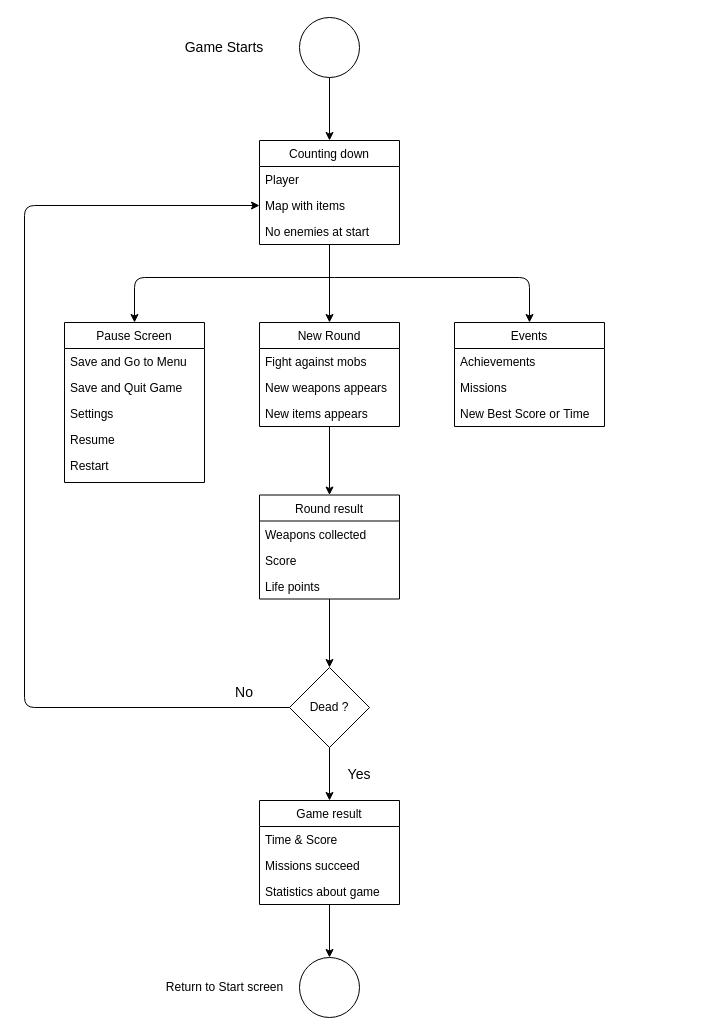
Earlier version of the draw.io diagram GameRunning.drawio (RomainGsd/Binus-GameDesign). Source tidied: cells renumbered, new cells numbered last; positions are measured from the earlier drawing's top-left corner, leaving out a move shared by most shapes. Both pictures are drawn from the tidied source at 100%, with x=0, y=0 at pixel (24, 17).
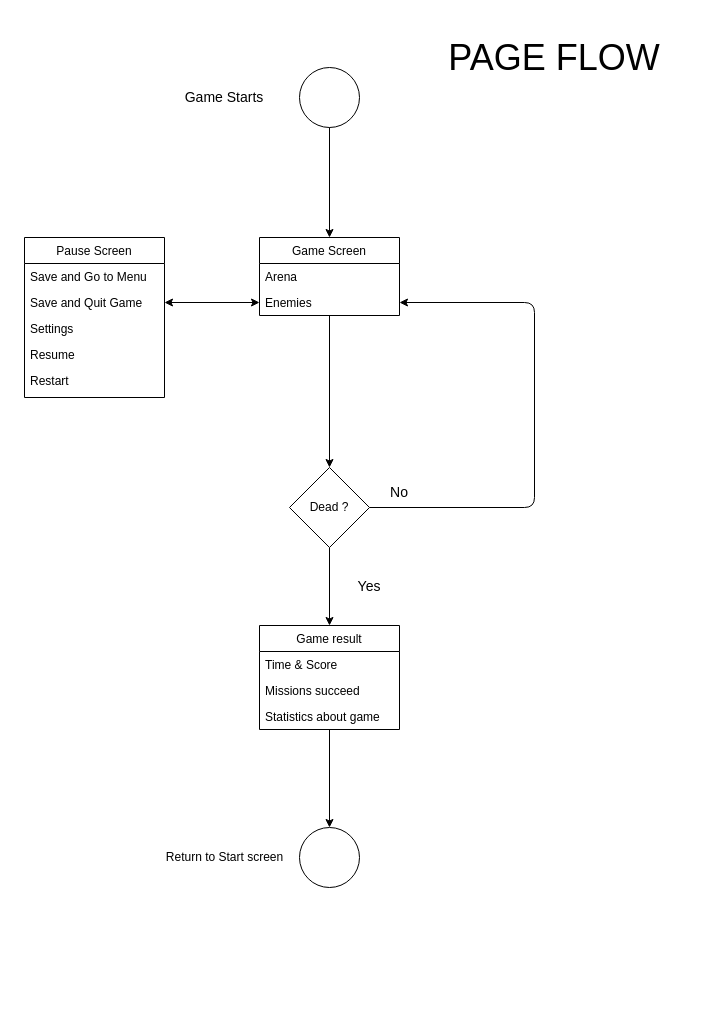
The same diagram, later.

Unchanged cells that the change refers to:
```xml
<mxCell id="38" value="Save and Quit Game" style="text;strokeColor=none;fillColor=none;align=left;verticalAlign=top;spacingLeft=4;spacingRight=4;overflow=hidden;points=[[0,0.5],[1,0.5]];portConstraint=eastwest;" parent="36" vertex="1">
  <mxGeometry y="52" width="140" height="26" as="geometry" />
</mxCell>
```

The edit, as a diff of the source:
```diff
@@
     <mxCell id="2" style="ellipse;whiteSpace=wrap;html=1;" parent="1" vertex="1">
-      <mxGeometry x="275" width="60" height="60" as="geometry" />
+      <mxGeometry x="275" y="50" width="60" height="60" as="geometry" />
     </mxCell>
     <mxCell id="3" value="&lt;font style=&quot;font-size: 14px&quot;&gt;Game Starts&lt;/font&gt;" style="text;html=1;strokeColor=none;fillColor=none;align=center;verticalAlign=middle;whiteSpace=wrap;rounded=0;" parent="1" vertex="1">
-      <mxGeometry x="150" y="15" width="100" height="30" as="geometry" />
+      <mxGeometry x="150" y="65" width="100" height="30" as="geometry" />
     </mxCell>
-    <mxCell id="4" value="Counting down" style="swimlane;fontStyle=0;horizontal=1;startSize=26;fillColor=none;" parent="1" vertex="1">
-      <mxGeometry x="235" y="123" width="140" height="104" as="geometry" />
-    </mxCell>
-    <mxCell id="5" value="Player" style="text;strokeColor=none;fillColor=none;align=left;verticalAlign=top;spacingLeft=4;spacingRight=4;overflow=hidden;" parent="4" vertex="1">
-      <mxGeometry y="26" width="140" height="26" as="geometry" />
-    </mxCell>
-    <mxCell id="6" value="Map with items" style="text;strokeColor=none;fillColor=none;align=left;verticalAlign=top;spacingLeft=4;spacingRight=4;overflow=hidden;points=[[0,0.5],[1,0.5]];portConstraint=eastwest;" parent="4" vertex="1">
-      <mxGeometry y="52" width="140" height="26" as="geometry" />
-    </mxCell>
-    <mxCell id="7" value="No enemies at start" style="text;strokeColor=none;fillColor=none;align=left;verticalAlign=top;spacingLeft=4;spacingRight=4;overflow=hidden;" parent="4" vertex="1">
-      <mxGeometry y="78" width="140" height="26" as="geometry" />
-    </mxCell>
-    <mxCell id="8" style="endArrow=classic;html=1;exitX=0.5;exitY=1;exitDx=0;exitDy=0;entryX=0.5;entryY=0;entryDx=0;entryDy=0;" parent="1" edge="1" source="2" target="4">
-      <mxGeometry relative="1" as="geometry" />
-    </mxCell>
-    <mxCell id="9" value="New Round" style="swimlane;fontStyle=0;horizontal=1;startSize=26;fillColor=none;" parent="1" vertex="1">
-      <mxGeometry x="235" y="305" width="140" height="104" as="geometry" />
-    </mxCell>
-    <mxCell id="10" value="Fight against mobs" style="text;strokeColor=none;fillColor=none;align=left;verticalAlign=top;spacingLeft=4;spacingRight=4;overflow=hidden;" parent="9" vertex="1">
-      <mxGeometry y="26" width="140" height="26" as="geometry" />
-    </mxCell>
-    <mxCell id="11" value="New weapons appears" style="text;strokeColor=none;fillColor=none;align=left;verticalAlign=top;spacingLeft=4;spacingRight=4;overflow=hidden;" parent="9" vertex="1">
-      <mxGeometry y="52" width="140" height="26" as="geometry" />
-    </mxCell>
-    <mxCell id="12" value="New items appears" style="text;strokeColor=none;fillColor=none;align=left;verticalAlign=top;spacingLeft=4;spacingRight=4;overflow=hidden;" parent="9" vertex="1">
-      <mxGeometry y="78" width="140" height="26" as="geometry" />
-    </mxCell>
-    <mxCell id="13" style="endArrow=classic;html=1;entryX=0.5;entryY=0;entryDx=0;entryDy=0;exitX=0.5;exitY=1;exitDx=0;exitDy=0;" parent="1" edge="1" source="4" target="9">
-      <mxGeometry relative="1" as="geometry" />
-    </mxCell>
     <mxCell id="14" value="Dead ?" style="rhombus;whiteSpace=wrap;html=1;" parent="1" vertex="1">
-      <mxGeometry x="265" y="650" width="80" height="80" as="geometry" />
+      <mxGeometry x="265" y="450" width="80" height="80" as="geometry" />
     </mxCell>
-    <mxCell id="15" style="endArrow=classic;html=1;exitX=0;exitY=0.5;exitDx=0;exitDy=0;entryX=0;entryY=0.5;entryDx=0;entryDy=0;" parent="1" edge="1" source="14" target="6">
-      <mxGeometry relative="1" as="geometry">
-        <Array as="points">
-          <mxPoint y="690" />
-          <mxPoint y="188" />
-        </Array>
-      </mxGeometry>
-    </mxCell>
     <mxCell id="16" value="&lt;font style=&quot;font-size: 14px;&quot;&gt;No&lt;/font&gt;" style="text;html=1;strokeColor=none;fillColor=none;align=center;verticalAlign=middle;whiteSpace=wrap;rounded=0;fontSize=14;" parent="1" vertex="1">
-      <mxGeometry x="200" y="660" width="40" height="30" as="geometry" />
+      <mxGeometry x="355" y="460" width="40" height="30" as="geometry" />
     </mxCell>
-    <mxCell id="17" value="Round result" style="swimlane;fontStyle=0;horizontal=1;startSize=26;fillColor=none;" parent="1" vertex="1">
-      <mxGeometry x="235" y="477.5" width="140" height="104" as="geometry" />
-    </mxCell>
-    <mxCell id="18" value="Weapons collected" style="text;strokeColor=none;fillColor=none;align=left;verticalAlign=top;spacingLeft=4;spacingRight=4;overflow=hidden;" parent="17" vertex="1">
-      <mxGeometry y="26" width="140" height="26" as="geometry" />
-    </mxCell>
-    <mxCell id="19" value="Score" style="text;strokeColor=none;fillColor=none;align=left;verticalAlign=top;spacingLeft=4;spacingRight=4;overflow=hidden;" parent="17" vertex="1">
-      <mxGeometry y="52" width="140" height="26" as="geometry" />
-    </mxCell>
-    <mxCell id="20" value="Life points" style="text;strokeColor=none;fillColor=none;align=left;verticalAlign=top;spacingLeft=4;spacingRight=4;overflow=hidden;" parent="17" vertex="1">
-      <mxGeometry y="78" width="140" height="26" as="geometry" />
-    </mxCell>
-    <mxCell id="21" style="endArrow=classic;html=1;exitX=0.5;exitY=1;exitDx=0;exitDy=0;entryX=0.5;entryY=0;entryDx=0;entryDy=0;" parent="1" edge="1" source="9" target="17">
-      <mxGeometry relative="1" as="geometry" />
-    </mxCell>
-    <mxCell id="22" style="endArrow=classic;html=1;exitX=0.5;exitY=1;exitDx=0;exitDy=0;entryX=0.5;entryY=0;entryDx=0;entryDy=0;" parent="1" edge="1" source="17" target="14">
-      <mxGeometry relative="1" as="geometry" />
-    </mxCell>
     <mxCell id="23" value="Game result" style="swimlane;fontStyle=0;horizontal=1;startSize=26;fillColor=none;" parent="1" vertex="1">
-      <mxGeometry x="235" y="783" width="140" height="104" as="geometry" />
+      <mxGeometry x="235" y="608" width="140" height="104" as="geometry" />
     </mxCell>
@@
     <mxCell id="28" style="ellipse;whiteSpace=wrap;html=1;" parent="1" vertex="1">
-      <mxGeometry x="275" y="940" width="60" height="60" as="geometry" />
+      <mxGeometry x="275" y="810" width="60" height="60" as="geometry" />
     </mxCell>
@@
     <mxCell id="30" value="Return to Start screen" style="text;html=1;strokeColor=none;fillColor=none;align=center;verticalAlign=middle;whiteSpace=wrap;rounded=0;" parent="1" vertex="1">
-      <mxGeometry x="132.5" y="955" width="135" height="30" as="geometry" />
+      <mxGeometry x="132.5" y="825" width="135" height="30" as="geometry" />
     </mxCell>
-    <mxCell id="31" value="Events" style="swimlane;fontStyle=0;horizontal=1;startSize=26;fillColor=none;" parent="1" vertex="1">
-      <mxGeometry x="430" y="305" width="150" height="104" as="geometry" />
-    </mxCell>
-    <mxCell id="32" value="Achievements" style="text;strokeColor=none;fillColor=none;align=left;verticalAlign=top;spacingLeft=4;spacingRight=4;overflow=hidden;" parent="31" vertex="1">
-      <mxGeometry y="26" width="150" height="26" as="geometry" />
-    </mxCell>
-    <mxCell id="33" value="Missions" style="text;strokeColor=none;fillColor=none;align=left;verticalAlign=top;spacingLeft=4;spacingRight=4;overflow=hidden;" parent="31" vertex="1">
-      <mxGeometry y="52" width="150" height="26" as="geometry" />
-    </mxCell>
-    <mxCell id="34" value="New Best Score or Time" style="text;strokeColor=none;fillColor=none;align=left;verticalAlign=top;spacingLeft=4;spacingRight=4;overflow=hidden;" parent="31" vertex="1">
-      <mxGeometry y="78" width="150" height="26" as="geometry" />
-    </mxCell>
-    <mxCell id="35" style="endArrow=classic;html=1;entryX=0.5;entryY=0;entryDx=0;entryDy=0;" parent="1" edge="1" target="31">
-      <mxGeometry relative="1" as="geometry">
-        <mxPoint x="310" y="260" as="sourcePoint" />
-        <Array as="points">
-          <mxPoint x="505" y="260" />
-        </Array>
-      </mxGeometry>
-    </mxCell>
     <mxCell id="36" value="Pause Screen" style="swimlane;fontStyle=0;horizontal=1;startSize=26;fillColor=none;" parent="1" vertex="1">
-      <mxGeometry x="40" y="305" width="140" height="160" as="geometry" />
+      <mxGeometry y="220" width="140" height="160" as="geometry" />
     </mxCell>
@@
-    <mxCell id="42" style="endArrow=classic;html=1;entryX=0.5;entryY=0;entryDx=0;entryDy=0;" parent="1" edge="1" target="36">
-      <mxGeometry relative="1" as="geometry">
-        <mxPoint x="310" y="260" as="sourcePoint" />
-        <Array as="points">
-          <mxPoint x="110" y="260" />
-        </Array>
-      </mxGeometry>
-    </mxCell>
     <mxCell id="43" value="Yes" style="text;html=1;strokeColor=none;fillColor=none;align=center;verticalAlign=middle;whiteSpace=wrap;rounded=0;fontSize=14;" parent="1" vertex="1">
-      <mxGeometry x="315" y="743.5" width="40" height="26" as="geometry" />
+      <mxGeometry x="325" y="556" width="40" height="26" as="geometry" />
     </mxCell>
+    <mxCell id="44" value="&lt;font style=&quot;font-size: 36px&quot;&gt;PAGE FLOW&lt;/font&gt;" style="text;html=1;strokeColor=none;fillColor=none;align=center;verticalAlign=middle;whiteSpace=wrap;rounded=0;" parent="1" vertex="1">
+      <mxGeometry x="390" y="30" width="280" height="20" as="geometry" />
+    </mxCell>
+    <mxCell id="45" value="Game Screen" style="swimlane;fontStyle=0;horizontal=1;startSize=26;fillColor=none;" parent="1" vertex="1">
+      <mxGeometry x="235" y="220" width="140" height="78" as="geometry" />
+    </mxCell>
+    <mxCell id="46" value="Arena" style="text;strokeColor=none;fillColor=none;align=left;verticalAlign=top;spacingLeft=4;spacingRight=4;overflow=hidden;" parent="45" vertex="1">
+      <mxGeometry y="26" width="140" height="26" as="geometry" />
+    </mxCell>
+    <mxCell id="47" value="Enemies" style="text;strokeColor=none;fillColor=none;align=left;verticalAlign=top;spacingLeft=4;spacingRight=4;overflow=hidden;points=[[0,0.5],[1,0.5]];portConstraint=eastwest;" parent="45" vertex="1">
+      <mxGeometry y="52" width="140" height="26" as="geometry" />
+    </mxCell>
+    <mxCell id="48" style="endArrow=classic;startArrow=classic;html=1;exitX=1;exitY=0.5;exitDx=0;exitDy=0;entryX=0;entryY=0.5;entryDx=0;entryDy=0;" parent="1" edge="1" source="38" target="47">
+      <mxGeometry relative="1" as="geometry" />
+    </mxCell>
+    <mxCell id="49" style="endArrow=classic;html=1;exitX=0.5;exitY=1;exitDx=0;exitDy=0;entryX=0.5;entryY=0;entryDx=0;entryDy=0;" parent="1" edge="1" source="2" target="45">
+      <mxGeometry relative="1" as="geometry" />
+    </mxCell>
+    <mxCell id="50" style="endArrow=classic;html=1;exitX=0.5;exitY=1;exitDx=0;exitDy=0;entryX=0.5;entryY=0;entryDx=0;entryDy=0;" parent="1" edge="1" source="45" target="14">
+      <mxGeometry relative="1" as="geometry" />
+    </mxCell>
+    <mxCell id="51" style="endArrow=classic;html=1;exitX=1;exitY=0.5;exitDx=0;exitDy=0;entryX=1;entryY=0.5;entryDx=0;entryDy=0;" parent="1" edge="1" source="14" target="47">
+      <mxGeometry relative="1" as="geometry">
+        <Array as="points">
+          <mxPoint x="510" y="490" />
+          <mxPoint x="510" y="285" />
+        </Array>
+      </mxGeometry>
+    </mxCell>
```
